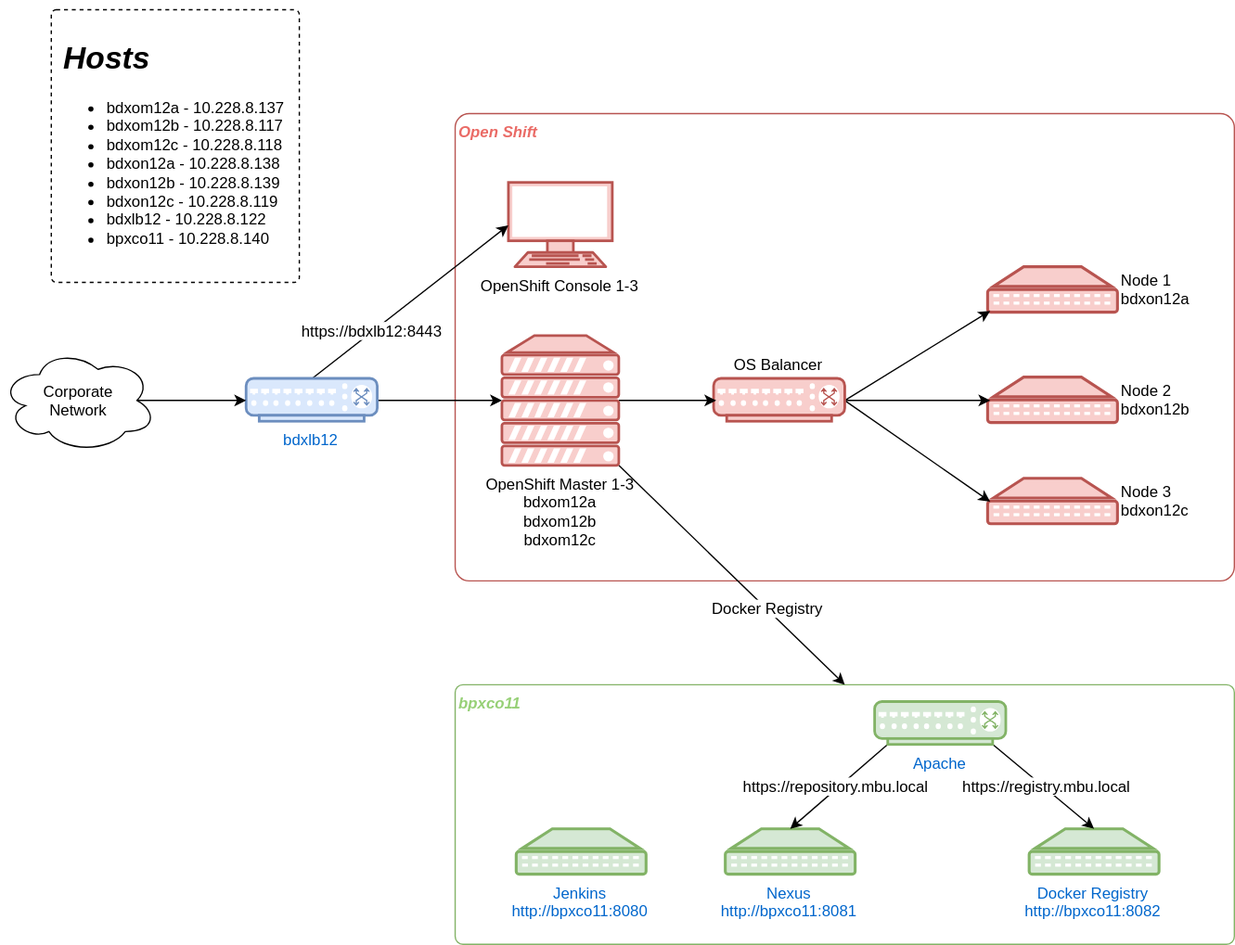
Earlier version of the draw.io export src/docs/asciidoc/images/egcp-network.svg (tihomirsmudj/egcp-docs). Source tidied: cells renumbered, new cells last; positions are measured from the earlier drawing's top-left corner, leaving out a move shared by most shapes. The source it was exported from:
```xml
<mxGraphModel background="#ffffff">
  <root>
    <mxCell id="0" />
    <mxCell id="1" parent="0" />
    <mxCell id="2" value="Open Shift" style="rounded=1;whiteSpace=wrap;html=1;labelBackgroundColor=none;fillColor=#ffffff;fontColor=#EA6B66;align=left;arcSize=3;fontStyle=3;verticalAlign=top;strokeColor=#b85450;labelBorderColor=none;" parent="1" vertex="1">
      <mxGeometry x="350" y="80" width="600" height="360" as="geometry" />
    </mxCell>
    <mxCell id="3" value="&lt;div style=&quot;text-align: left&quot;&gt;&lt;span&gt;bpxco11&lt;/span&gt;&lt;/div&gt;" style="rounded=1;whiteSpace=wrap;html=1;arcSize=3;fillColor=#ffffff;verticalAlign=top;align=left;fontStyle=3;labelBackgroundColor=none;labelBorderColor=none;fontColor=#97D077;strokeColor=#82b366;" parent="1" vertex="1">
      <mxGeometry x="350" y="520" width="600" height="200" as="geometry" />
    </mxCell>
    <mxCell id="4" style="edgeStyle=none;rounded=0;html=1;exitX=1;exitY=1;exitPerimeter=0;entryX=0.5;entryY=0;jettySize=auto;fontColor=#3399FF;" parent="1" edge="1" source="30" target="3">
      <mxGeometry relative="1" as="geometry" />
    </mxCell>
    <mxCell id="5" value="Docker Registry" style="text;html=1;align=center;verticalAlign=middle;labelBackgroundColor=#ffffff;fontColor=#000000;" parent="4" vertex="1">
      <mxGeometry x="-0.2" y="-1" relative="1" as="geometry">
        <mxPoint x="45" y="41" as="offset" />
      </mxGeometry>
    </mxCell>
    <mxCell id="6" value="Node 1&lt;div&gt;bdxon12a&lt;br&gt;&lt;/div&gt;" style="fontColor=#000000;verticalAlign=middle;verticalLabelPosition=middle;labelPosition=right;align=left;html=1;fillColor=#f8cecc;strokeColor=#b85450;gradientDirection=north;strokeWidth=2;shape=mxgraph.networks.patch_panel;" parent="1" vertex="1">
      <mxGeometry x="760" y="198" width="100" height="35" as="geometry" />
    </mxCell>
    <mxCell id="7" value="Node 2&lt;div&gt;&lt;span&gt;bdxon12b&lt;/span&gt;&lt;/div&gt;" style="fontColor=#000000;verticalAlign=middle;verticalLabelPosition=middle;labelPosition=right;align=left;html=1;fillColor=#f8cecc;strokeColor=#b85450;gradientDirection=north;strokeWidth=2;shape=mxgraph.networks.patch_panel;" parent="1" vertex="1">
      <mxGeometry x="760" y="283" width="100" height="35" as="geometry" />
    </mxCell>
    <mxCell id="8" value="Node 3&lt;div&gt;&lt;span&gt;bdxon12c&lt;/span&gt;&lt;/div&gt;" style="fontColor=#000000;verticalAlign=middle;verticalLabelPosition=middle;labelPosition=right;align=left;html=1;fillColor=#f8cecc;strokeColor=#b85450;gradientDirection=north;strokeWidth=2;shape=mxgraph.networks.patch_panel;" parent="1" vertex="1">
      <mxGeometry x="760" y="361" width="100" height="35" as="geometry" />
    </mxCell>
    <mxCell id="9" style="rounded=0;html=1;exitX=1;exitY=0.5;exitPerimeter=0;entryX=0.02;entryY=0.51;entryPerimeter=0;jettySize=auto;" parent="1" edge="1" source="12" target="7">
      <mxGeometry relative="1" as="geometry" />
    </mxCell>
    <mxCell id="10" style="rounded=0;html=1;exitX=1;exitY=0.5;exitPerimeter=0;entryX=0.02;entryY=0.98;entryPerimeter=0;jettySize=auto;" parent="1" edge="1" source="12" target="6">
      <mxGeometry relative="1" as="geometry" />
    </mxCell>
    <mxCell id="11" style="rounded=0;html=1;exitX=1;exitY=0.5;exitPerimeter=0;entryX=0.02;entryY=0.51;entryPerimeter=0;jettySize=auto;" parent="1" edge="1" source="12" target="8">
      <mxGeometry relative="1" as="geometry" />
    </mxCell>
    <mxCell id="12" value="OS Balancer" style="fontColor=#000000;verticalAlign=bottom;verticalLabelPosition=top;labelPosition=center;align=center;fillColor=#f8cecc;strokeColor=#b85450;gradientDirection=north;strokeWidth=2;shape=mxgraph.networks.switch;html=1;spacing=2;spacingTop=0;" parent="1" vertex="1">
      <mxGeometry x="549" y="284" width="101" height="33" as="geometry" />
    </mxCell>
    <mxCell id="13" style="rounded=0;html=1;exitX=1;exitY=0.5;exitPerimeter=0;entryX=0.02;entryY=0.51;entryPerimeter=0;jettySize=auto;" parent="1" edge="1" source="30" target="12">
      <mxGeometry relative="1" as="geometry" />
    </mxCell>
    <mxCell id="14" value="OpenShift Console 1-3&lt;div&gt;&lt;br&gt;&lt;/div&gt;" style="fontColor=#000000;verticalAlign=top;verticalLabelPosition=bottom;labelPosition=center;align=center;html=1;fillColor=#f8cecc;strokeColor=#b85450;gradientDirection=north;strokeWidth=2;shape=mxgraph.networks.terminal;" parent="1" vertex="1">
      <mxGeometry x="391" y="133" width="80" height="65" as="geometry" />
    </mxCell>
    <mxCell id="15" style="rounded=0;html=1;exitX=1;exitY=0.5;exitPerimeter=0;entryX=0;entryY=0.5;entryPerimeter=0;jettySize=auto;" parent="1" edge="1" source="18" target="30">
      <mxGeometry relative="1" as="geometry" />
    </mxCell>
    <mxCell id="16" style="rounded=0;html=1;exitX=0.5;exitY=0;exitPerimeter=0;entryX=0;entryY=0.5;entryPerimeter=0;jettySize=auto;fontColor=#000000;" parent="1" edge="1" source="18" target="14">
      <mxGeometry relative="1" as="geometry" />
    </mxCell>
    <mxCell id="17" value="&lt;span&gt;https://&lt;/span&gt;&lt;span&gt;bdxlb12&lt;/span&gt;&lt;span&gt;:8443&lt;/span&gt;" style="text;html=1;align=center;verticalAlign=middle;labelBackgroundColor=#ffffff;fontColor=#000000;" parent="16" vertex="1">
      <mxGeometry x="-0.39" y="2" relative="1" as="geometry" />
    </mxCell>
    <mxCell id="18" value="&lt;span&gt;bdxlb12&lt;/span&gt;" style="fontColor=#0066CC;verticalAlign=top;verticalLabelPosition=bottom;labelPosition=center;align=center;html=1;fillColor=#dae8fc;strokeColor=#6c8ebf;gradientDirection=north;strokeWidth=2;shape=mxgraph.networks.switch;" parent="1" vertex="1">
      <mxGeometry x="189" y="284" width="101" height="33" as="geometry" />
    </mxCell>
    <mxCell id="19" style="edgeStyle=none;rounded=0;html=1;exitX=0.875;exitY=0.5;exitPerimeter=0;entryX=0;entryY=0.5;entryPerimeter=0;jettySize=auto;" parent="1" edge="1" source="20" target="18">
      <mxGeometry relative="1" as="geometry" />
    </mxCell>
    <mxCell id="20" value="Corporate&lt;div&gt;Network&lt;/div&gt;" style="ellipse;shape=cloud;whiteSpace=wrap;html=1;shadow=0;glass=0;strokeColor=#000000;strokeWidth=1;fillColor=#FFFFFF;gradientColor=none;fontFamily=Helvetica;fontSize=12;fontColor=#000000;align=center;labelPosition=center;verticalLabelPosition=middle;verticalAlign=middle;spacing=6;" parent="1" vertex="1">
      <mxGeometry y="261" width="120" height="80" as="geometry" />
    </mxCell>
    <mxCell id="21" value="&lt;div&gt;Jenkins&lt;/div&gt;http://bpxco11:8080" style="fontColor=#0066CC;verticalAlign=top;verticalLabelPosition=bottom;labelPosition=center;align=center;html=1;fillColor=#d5e8d4;strokeColor=#82b366;gradientDirection=north;strokeWidth=2;shape=mxgraph.networks.patch_panel;" parent="1" vertex="1">
      <mxGeometry x="397" y="631" width="100" height="35" as="geometry" />
    </mxCell>
    <mxCell id="22" value="&lt;div&gt;Nexus&lt;/div&gt;http://bpxco11:8081" style="fontColor=#0066CC;verticalAlign=top;verticalLabelPosition=bottom;labelPosition=center;align=center;html=1;fillColor=#d5e8d4;strokeColor=#82b366;gradientDirection=north;strokeWidth=2;shape=mxgraph.networks.patch_panel;" parent="1" vertex="1">
      <mxGeometry x="558" y="631" width="100" height="35" as="geometry" />
    </mxCell>
    <mxCell id="23" value="&lt;div&gt;Docker Registry&lt;/div&gt;http://bpxco11:8082" style="fontColor=#0066CC;verticalAlign=top;verticalLabelPosition=bottom;labelPosition=center;align=center;html=1;fillColor=#d5e8d4;strokeColor=#82b366;gradientDirection=north;strokeWidth=2;shape=mxgraph.networks.patch_panel;" parent="1" vertex="1">
      <mxGeometry x="792" y="631" width="100" height="35" as="geometry" />
    </mxCell>
    <mxCell id="24" style="edgeStyle=none;rounded=0;html=1;exitX=0.1;exitY=1;exitPerimeter=0;entryX=0.5;entryY=0;entryPerimeter=0;jettySize=auto;" parent="1" edge="1" source="28" target="22">
      <mxGeometry relative="1" as="geometry" />
    </mxCell>
    <mxCell id="25" value="https://repository.mbu.local" style="text;html=1;align=center;verticalAlign=middle;labelBackgroundColor=#ffffff;" parent="24" vertex="1">
      <mxGeometry x="-0.26" y="-3" relative="1" as="geometry">
        <mxPoint x="-10" y="10" as="offset" />
      </mxGeometry>
    </mxCell>
    <mxCell id="26" style="edgeStyle=none;rounded=0;html=1;exitX=0.9;exitY=1;exitPerimeter=0;entryX=0.5;entryY=0;entryPerimeter=0;jettySize=auto;" parent="1" edge="1" source="28" target="23">
      <mxGeometry relative="1" as="geometry" />
    </mxCell>
    <mxCell id="27" value="https://registry.mbu.local" style="text;html=1;align=center;verticalAlign=middle;labelBackgroundColor=#ffffff;" parent="26" vertex="1">
      <mxGeometry x="-0.17" y="2" relative="1" as="geometry">
        <mxPoint x="7" y="6" as="offset" />
      </mxGeometry>
    </mxCell>
    <mxCell id="28" value="Apache" style="fontColor=#0066CC;verticalAlign=top;verticalLabelPosition=bottom;labelPosition=center;align=center;html=1;fillColor=#d5e8d4;strokeColor=#82b366;gradientDirection=north;strokeWidth=2;shape=mxgraph.networks.switch;" parent="1" vertex="1">
      <mxGeometry x="673" y="533" width="101" height="33" as="geometry" />
    </mxCell>
    <mxCell id="29" style="edgeStyle=none;rounded=0;html=1;exitX=0.5;exitY=0;exitPerimeter=0;entryX=0.5;entryY=0;entryPerimeter=0;jettySize=auto;orthogonalLoop=1;fontColor=#000000;labelPosition=right;verticalLabelPosition=middle;align=left;verticalAlign=middle;" parent="1" edge="1" source="6" target="6">
      <mxGeometry relative="1" as="geometry" />
    </mxCell>
    <mxCell id="30" value="OpenShift Master 1-3&lt;div&gt;bdxom12a&lt;/div&gt;&lt;div&gt;bdxom12b&lt;/div&gt;&lt;div&gt;bdxom12c&lt;/div&gt;" style="fontColor=#000000;verticalAlign=top;verticalLabelPosition=bottom;labelPosition=center;align=center;html=1;fillColor=#f8cecc;strokeColor=#b85450;gradientDirection=north;strokeWidth=2;shape=mxgraph.networks.server;labelBackgroundColor=none;" parent="1" vertex="1">
      <mxGeometry x="386" y="251" width="90" height="100" as="geometry" />
    </mxCell>
    <mxCell id="31" value="&lt;h1&gt;&amp;nbsp;Hosts&lt;/h1&gt;&lt;p&gt;&lt;/p&gt;&lt;ul&gt;&lt;li style=&quot;text-align: justify&quot;&gt;&lt;span style=&quot;font-style: normal ; font-weight: normal&quot;&gt;bdxom12a - 10.228.8.137&lt;br&gt;&lt;/span&gt;&lt;/li&gt;&lt;li style=&quot;text-align: justify&quot;&gt;&lt;span style=&quot;font-style: normal ; font-weight: normal&quot;&gt;bdxom12b - 10.228.8.117&lt;br&gt;&lt;/span&gt;&lt;/li&gt;&lt;li style=&quot;text-align: justify&quot;&gt;&lt;span style=&quot;font-style: normal ; font-weight: normal&quot;&gt;bdxom12c - 10.228.8.118&lt;br&gt;&lt;/span&gt;&lt;/li&gt;&lt;li style=&quot;text-align: justify&quot;&gt;&lt;span style=&quot;font-style: normal ; font-weight: normal&quot;&gt;bdxon12a - 10.228.8.138&lt;br&gt;&lt;/span&gt;&lt;/li&gt;&lt;li style=&quot;text-align: justify&quot;&gt;&lt;span style=&quot;font-style: normal ; font-weight: normal&quot;&gt;bdxon12b - 10.228.8.139&lt;br&gt;&lt;/span&gt;&lt;/li&gt;&lt;li style=&quot;text-align: justify&quot;&gt;&lt;span style=&quot;font-style: normal ; font-weight: normal&quot;&gt;bdxon12c - 10.228.8.119&lt;br&gt;&lt;/span&gt;&lt;/li&gt;&lt;li style=&quot;text-align: justify&quot;&gt;&lt;span style=&quot;font-style: normal ; font-weight: normal&quot;&gt;bdxlb12 - 10.228.8.122&lt;br&gt;&lt;/span&gt;&lt;/li&gt;&lt;li style=&quot;text-align: justify&quot;&gt;&lt;span style=&quot;font-style: normal ; font-weight: normal&quot;&gt;bpxco11 - 10.228.8.140&lt;/span&gt;&lt;br&gt;&lt;/li&gt;&lt;/ul&gt;&lt;p&gt;&lt;/p&gt;" style="text;html=1;strokeColor=#000000;fillColor=#ffffff;whiteSpace=wrap;overflow=hidden;labelBackgroundColor=none;fontColor=#000000;align=left;rounded=1;fontStyle=3;labelBorderColor=none;arcSize=2;verticalAlign=top;dashed=1;" parent="1" vertex="1">
      <mxGeometry x="39" width="191" height="210" as="geometry" />
    </mxCell>
    <mxCell id="32" style="edgeStyle=none;rounded=0;html=1;exitX=0.75;exitY=0;entryX=0.75;entryY=0;jettySize=auto;orthogonalLoop=1;fontColor=#000000;" parent="1" edge="1" source="31" target="31">
      <mxGeometry relative="1" as="geometry" />
    </mxCell>
  </root>
</mxGraphModel>
```
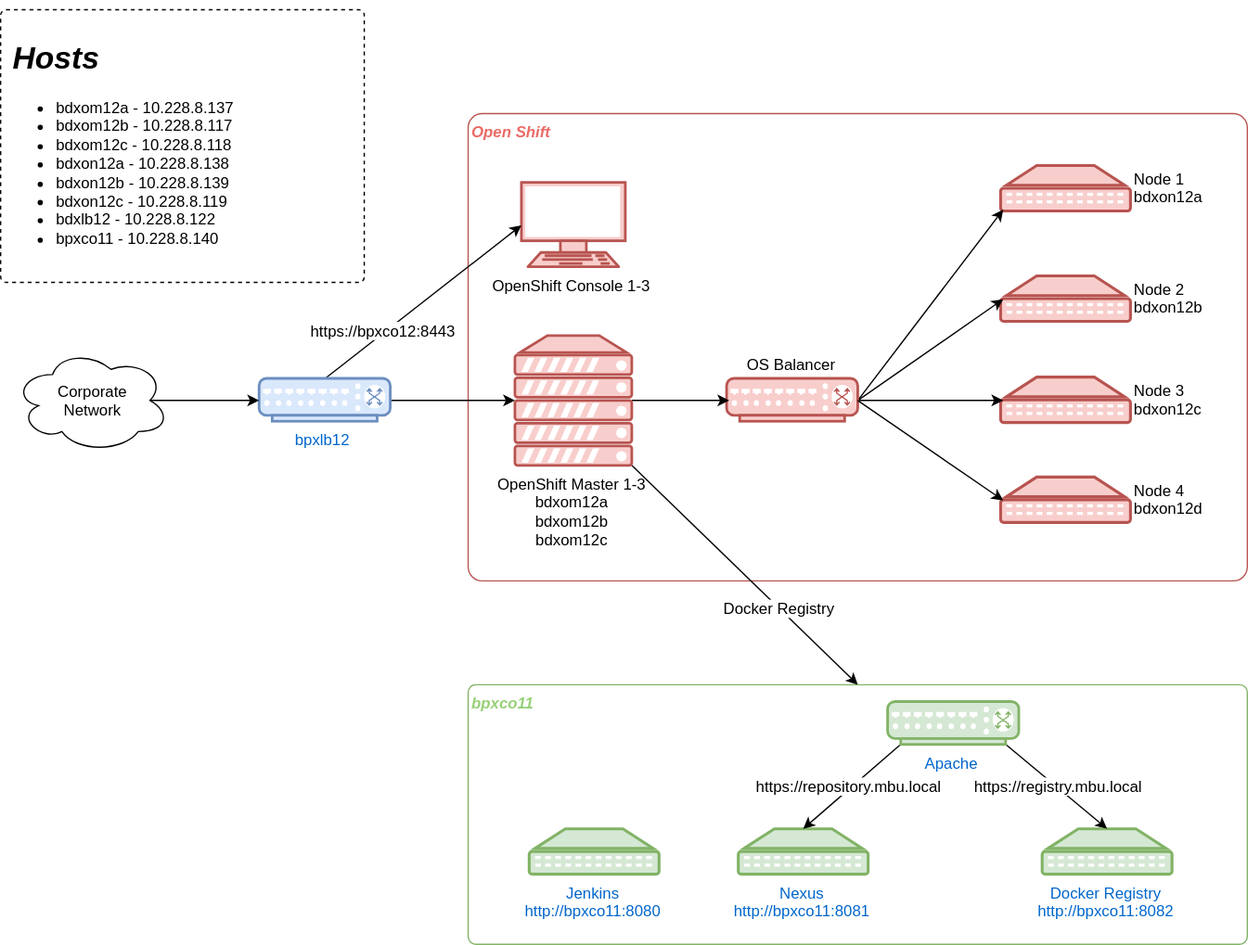
After the commit.

Commit message:
Added draw.io files for diagrams in dox

Diff of the diagram source:
```diff
@@ -17,13 +17,13 @@
       </mxGeometry>
     </mxCell>
     <mxCell id="6" value="Node 1&lt;div&gt;bdxon12a&lt;br&gt;&lt;/div&gt;" style="fontColor=#000000;verticalAlign=middle;verticalLabelPosition=middle;labelPosition=right;align=left;html=1;fillColor=#f8cecc;strokeColor=#b85450;gradientDirection=north;strokeWidth=2;shape=mxgraph.networks.patch_panel;" parent="1" vertex="1">
-      <mxGeometry x="760" y="198" width="100" height="35" as="geometry" />
+      <mxGeometry x="760" y="120" width="100" height="35" as="geometry" />
     </mxCell>
     <mxCell id="7" value="Node 2&lt;div&gt;&lt;span&gt;bdxon12b&lt;/span&gt;&lt;/div&gt;" style="fontColor=#000000;verticalAlign=middle;verticalLabelPosition=middle;labelPosition=right;align=left;html=1;fillColor=#f8cecc;strokeColor=#b85450;gradientDirection=north;strokeWidth=2;shape=mxgraph.networks.patch_panel;" parent="1" vertex="1">
-      <mxGeometry x="760" y="283" width="100" height="35" as="geometry" />
+      <mxGeometry x="760" y="205" width="100" height="35" as="geometry" />
     </mxCell>
     <mxCell id="8" value="Node 3&lt;div&gt;&lt;span&gt;bdxon12c&lt;/span&gt;&lt;/div&gt;" style="fontColor=#000000;verticalAlign=middle;verticalLabelPosition=middle;labelPosition=right;align=left;html=1;fillColor=#f8cecc;strokeColor=#b85450;gradientDirection=north;strokeWidth=2;shape=mxgraph.networks.patch_panel;" parent="1" vertex="1">
-      <mxGeometry x="760" y="361" width="100" height="35" as="geometry" />
+      <mxGeometry x="760" y="283" width="100" height="35" as="geometry" />
     </mxCell>
     <mxCell id="9" style="rounded=0;html=1;exitX=1;exitY=0.5;exitPerimeter=0;entryX=0.02;entryY=0.51;entryPerimeter=0;jettySize=auto;" parent="1" edge="1" source="12" target="7">
       <mxGeometry relative="1" as="geometry" />
@@ -49,10 +49,10 @@
     <mxCell id="16" style="rounded=0;html=1;exitX=0.5;exitY=0;exitPerimeter=0;entryX=0;entryY=0.5;entryPerimeter=0;jettySize=auto;fontColor=#000000;" parent="1" edge="1" source="18" target="14">
       <mxGeometry relative="1" as="geometry" />
     </mxCell>
-    <mxCell id="17" value="&lt;span&gt;https://&lt;/span&gt;&lt;span&gt;bdxlb12&lt;/span&gt;&lt;span&gt;:8443&lt;/span&gt;" style="text;html=1;align=center;verticalAlign=middle;labelBackgroundColor=#ffffff;fontColor=#000000;" parent="16" vertex="1">
+    <mxCell id="17" value="&lt;span&gt;https://bpxco12:8443&lt;/span&gt;" style="text;html=1;align=center;verticalAlign=middle;labelBackgroundColor=#ffffff;fontColor=#000000;" parent="16" vertex="1">
       <mxGeometry x="-0.39" y="2" relative="1" as="geometry" />
     </mxCell>
-    <mxCell id="18" value="&lt;span&gt;bdxlb12&lt;/span&gt;" style="fontColor=#0066CC;verticalAlign=top;verticalLabelPosition=bottom;labelPosition=center;align=center;html=1;fillColor=#dae8fc;strokeColor=#6c8ebf;gradientDirection=north;strokeWidth=2;shape=mxgraph.networks.switch;" parent="1" vertex="1">
+    <mxCell id="18" value="bpxlb12" style="fontColor=#0066CC;verticalAlign=top;verticalLabelPosition=bottom;labelPosition=center;align=center;html=1;fillColor=#dae8fc;strokeColor=#6c8ebf;gradientDirection=north;strokeWidth=2;shape=mxgraph.networks.switch;" parent="1" vertex="1">
       <mxGeometry x="189" y="284" width="101" height="33" as="geometry" />
     </mxCell>
     <mxCell id="19" style="edgeStyle=none;rounded=0;html=1;exitX=0.875;exitY=0.5;exitPerimeter=0;entryX=0;entryY=0.5;entryPerimeter=0;jettySize=auto;" parent="1" edge="1" source="20" target="18">
@@ -96,10 +96,16 @@
       <mxGeometry x="386" y="251" width="90" height="100" as="geometry" />
     </mxCell>
     <mxCell id="31" value="&lt;h1&gt;&amp;nbsp;Hosts&lt;/h1&gt;&lt;p&gt;&lt;/p&gt;&lt;ul&gt;&lt;li style=&quot;text-align: justify&quot;&gt;&lt;span style=&quot;font-style: normal ; font-weight: normal&quot;&gt;bdxom12a - 10.228.8.137&lt;br&gt;&lt;/span&gt;&lt;/li&gt;&lt;li style=&quot;text-align: justify&quot;&gt;&lt;span style=&quot;font-style: normal ; font-weight: normal&quot;&gt;bdxom12b - 10.228.8.117&lt;br&gt;&lt;/span&gt;&lt;/li&gt;&lt;li style=&quot;text-align: justify&quot;&gt;&lt;span style=&quot;font-style: normal ; font-weight: normal&quot;&gt;bdxom12c - 10.228.8.118&lt;br&gt;&lt;/span&gt;&lt;/li&gt;&lt;li style=&quot;text-align: justify&quot;&gt;&lt;span style=&quot;font-style: normal ; font-weight: normal&quot;&gt;bdxon12a - 10.228.8.138&lt;br&gt;&lt;/span&gt;&lt;/li&gt;&lt;li style=&quot;text-align: justify&quot;&gt;&lt;span style=&quot;font-style: normal ; font-weight: normal&quot;&gt;bdxon12b - 10.228.8.139&lt;br&gt;&lt;/span&gt;&lt;/li&gt;&lt;li style=&quot;text-align: justify&quot;&gt;&lt;span style=&quot;font-style: normal ; font-weight: normal&quot;&gt;bdxon12c - 10.228.8.119&lt;br&gt;&lt;/span&gt;&lt;/li&gt;&lt;li style=&quot;text-align: justify&quot;&gt;&lt;span style=&quot;font-style: normal ; font-weight: normal&quot;&gt;bdxlb12 - 10.228.8.122&lt;br&gt;&lt;/span&gt;&lt;/li&gt;&lt;li style=&quot;text-align: justify&quot;&gt;&lt;span style=&quot;font-style: normal ; font-weight: normal&quot;&gt;bpxco11 - 10.228.8.140&lt;/span&gt;&lt;br&gt;&lt;/li&gt;&lt;/ul&gt;&lt;p&gt;&lt;/p&gt;" style="text;html=1;strokeColor=#000000;fillColor=#ffffff;whiteSpace=wrap;overflow=hidden;labelBackgroundColor=none;fontColor=#000000;align=left;rounded=1;fontStyle=3;labelBorderColor=none;arcSize=2;verticalAlign=top;dashed=1;" parent="1" vertex="1">
-      <mxGeometry x="39" width="191" height="210" as="geometry" />
+      <mxGeometry x="-10" width="280" height="210" as="geometry" />
     </mxCell>
     <mxCell id="32" style="edgeStyle=none;rounded=0;html=1;exitX=0.75;exitY=0;entryX=0.75;entryY=0;jettySize=auto;orthogonalLoop=1;fontColor=#000000;" parent="1" edge="1" source="31" target="31">
       <mxGeometry relative="1" as="geometry" />
     </mxCell>
+    <mxCell id="33" value="Node 4&lt;div&gt;&lt;span&gt;bdxon12d&lt;/span&gt;&lt;/div&gt;" style="fontColor=#000000;verticalAlign=middle;verticalLabelPosition=middle;labelPosition=right;align=left;html=1;fillColor=#f8cecc;strokeColor=#b85450;gradientDirection=north;strokeWidth=2;shape=mxgraph.networks.patch_panel;" parent="1" vertex="1">
+      <mxGeometry x="760" y="360" width="100" height="35" as="geometry" />
+    </mxCell>
+    <mxCell id="34" style="endArrow=classic;html=1;exitX=1;exitY=0.5;exitPerimeter=0;entryX=0.02;entryY=0.51;entryPerimeter=0;" parent="1" edge="1" source="12" target="33">
+      <mxGeometry relative="1" as="geometry" />
+    </mxCell>
   </root>
 </mxGraphModel>
```
